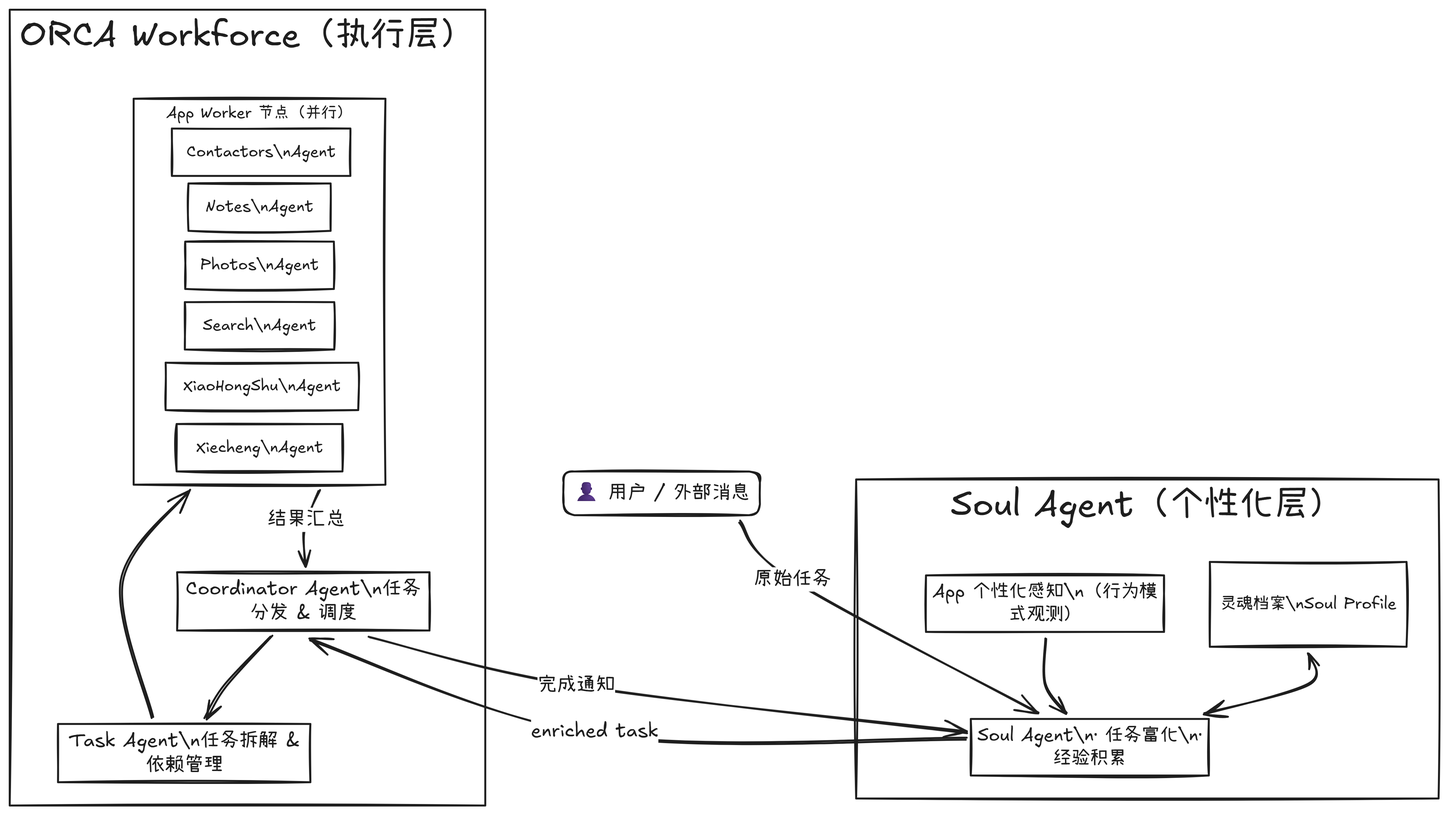
This is images/architecture.png from Await-987/mulitagent, a Excalidraw export, as it was before one commit. Source tidied: one line per element, renumbered; positions are measured from the earlier drawing's top-left corner, leaving out a move shared by most shapes.
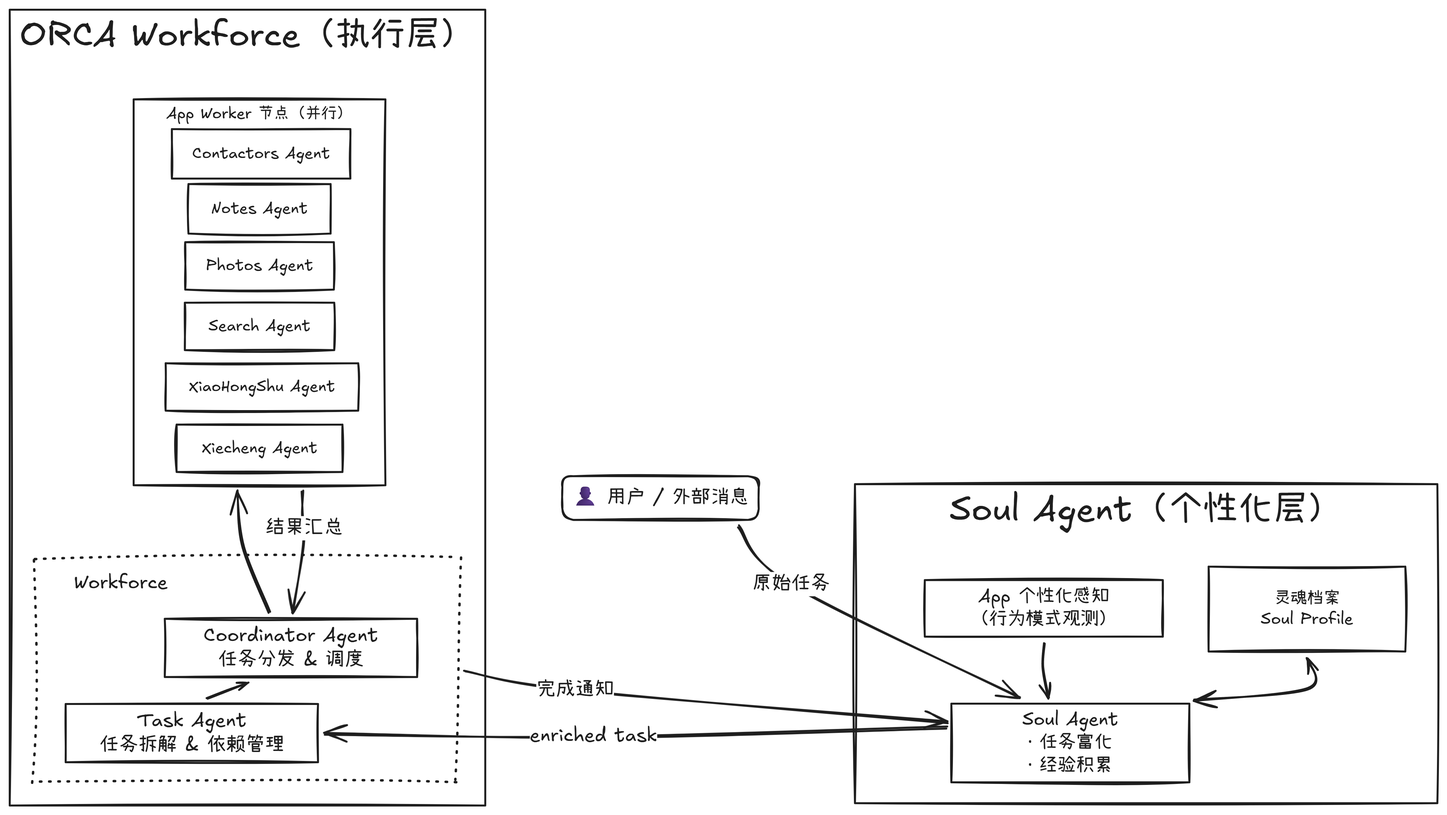
Later version of the same file.

Change to the diagram source:
```diff
@@ -1,42 +1,44 @@
-{"id": 0, "type": "rectangle", "strokeColor": "#1e1e1e", "strokeWidth": 2, "roughness": 1, "x": 0, "y": 0, "width": 490, "height": 820}
+{"id": 0, "type": "rectangle", "strokeColor": "#1e1e1e", "strokeWidth": 2, "roughness": 1, "x": 1, "y": -5, "width": 490, "height": 820}
-{"id": 1, "type": "text", "text": "ORCA Workforce（执行层）", "strokeColor": "#1e1e1e", "strokeWidth": 2, "roughness": 1, "fontSize": 36, "fontFamily": 5, "textAlign": "center", "inside": 0, "x": 10, "y": 5, "width": 469, "height": 45}
+{"id": 1, "type": "text", "text": "ORCA Workforce（执行层）", "strokeColor": "#1e1e1e", "strokeWidth": 2, "roughness": 1, "fontSize": 36, "fontFamily": 5, "textAlign": "center", "inside": 0, "x": 12, "y": 0, "width": 469, "height": 45}
-{"id": 2, "type": "rectangle", "strokeColor": "#1e1e1e", "strokeWidth": 2, "roughness": 1, "x": 172, "y": 579, "width": 260, "height": 60}
+{"id": 2, "type": "rectangle", "strokeColor": "#1e1e1e", "strokeWidth": 2, "roughness": 1, "x": 161, "y": 622, "width": 260, "height": 60}
-{"id": 3, "type": "text", "text": "Coordinator Agent\\n任务\n分发 & 调度", "strokeColor": "#1e1e1e", "strokeWidth": 2, "roughness": 1, "fontSize": 20, "fontFamily": 5, "textAlign": "center", "verticalAlign": "middle", "inside": 2, "x": 181, "y": 584, "width": 242, "height": 50}
+{"id": 3, "type": "text", "text": "Coordinator Agent\n任务分发 & 调度", "strokeColor": "#1e1e1e", "strokeWidth": 2, "roughness": 1, "fontSize": 20, "fontFamily": 5, "textAlign": "center", "verticalAlign": "middle", "inside": 2, "x": 201, "y": 627, "width": 180, "height": 50}
-{"id": 4, "type": "rectangle", "strokeColor": "#1e1e1e", "strokeWidth": 2, "roughness": 1, "x": 50, "y": 736, "width": 260, "height": 60}
+{"id": 4, "type": "rectangle", "strokeColor": "#1e1e1e", "strokeWidth": 2, "roughness": 1, "x": 59, "y": 710, "width": 260, "height": 60}
-{"id": 5, "type": "text", "text": "Task Agent\\n任务拆解 &\n依赖管理", "strokeColor": "#1e1e1e", "strokeWidth": 2, "roughness": 1, "fontSize": 20, "fontFamily": 5, "textAlign": "center", "verticalAlign": "middle", "inside": 4, "x": 61, "y": 741, "width": 238, "height": 50}
+{"id": 5, "type": "text", "text": "Task Agent\n任务拆解 & 依赖管理", "strokeColor": "#1e1e1e", "strokeWidth": 2, "roughness": 1, "fontSize": 20, "fontFamily": 5, "textAlign": "center", "verticalAlign": "middle", "inside": 4, "x": 94, "y": 715, "width": 190, "height": 50}
-{"id": 6, "type": "arrow", "strokeColor": "#1e1e1e", "strokeWidth": 2, "roughness": 1, "endArrowhead": "arrow", "round": true, "from": 2, "to": 4, "x": 269, "y": 645, "width": 67, "height": 84, "points": [[0, 0], [-47, 50], [-67, 84]]}
-{"id": 7, "type": "arrow", "strokeColor": "#1e1e1e", "strokeWidth": 2, "roughness": 1, "endArrowhead": "arrow", "round": true, "from": 4, "to": 10, "x": 147, "y": 730, "width": 70, "height": 234, "points": [[0, 0], [-32, -142], [38, -234]]}
+{"id": 7, "type": "arrow", "strokeColor": "#1e1e1e", "strokeWidth": 2, "roughness": 1, "endArrowhead": "arrow", "round": true, "from": 2, "to": 10, "x": 269, "y": 616, "width": 34, "height": 125, "points": [[0, 0], [-28, -70], [-34, -125]]}
-{"id": 8, "type": "arrow", "strokeColor": "#1e1e1e", "strokeWidth": 2, "roughness": 1, "endArrowhead": "arrow", "round": true, "from": 10, "to": 2, "x": 318, "y": 495, "width": 16, "height": 78, "points": [[0, 0], [-8, 18], [-16, 43], [-16, 78]]}
+{"id": 8, "type": "arrow", "strokeColor": "#1e1e1e", "strokeWidth": 2, "roughness": 1, "endArrowhead": "arrow", "round": true, "from": 10, "to": 2, "x": 303, "y": 491, "width": 13, "height": 125, "points": [[0, 0], [0, 22], [1, 55], [-12, 125]]}
-{"id": 9, "type": "text", "text": "结果汇总", "strokeColor": "#1e1e1e", "strokeWidth": 2, "roughness": 1, "fontSize": 20, "fontFamily": 5, "textAlign": "center", "verticalAlign": "middle", "inside": 8, "x": 265, "y": 513, "width": 80, "height": 25}
+{"id": 9, "type": "text", "text": "结果汇总", "strokeColor": "#1e1e1e", "strokeWidth": 2, "roughness": 1, "fontSize": 20, "fontFamily": 5, "textAlign": "center", "verticalAlign": "middle", "inside": 8, "x": 267, "y": 509, "width": 80, "height": 25}
-{"id": 10, "type": "rectangle", "strokeColor": "#1e1e1e", "strokeWidth": 2, "roughness": 1, "x": 128, "y": 92, "width": 259, "height": 397}
+{"id": 10, "type": "rectangle", "strokeColor": "#1e1e1e", "strokeWidth": 2, "roughness": 1, "x": 129, "y": 87, "width": 259, "height": 397}
-{"id": 11, "type": "text", "text": "App Worker 节点（并行）", "strokeColor": "#1e1e1e", "strokeWidth": 2, "roughness": 1, "fontSize": 16.26, "fontFamily": 5, "textAlign": "center", "inside": 10, "x": 161, "y": 97, "width": 192, "height": 20}
+{"id": 11, "type": "text", "text": "App Worker 节点（并行）", "strokeColor": "#1e1e1e", "strokeWidth": 2, "roughness": 1, "fontSize": 16.26, "fontFamily": 5, "textAlign": "center", "inside": 10, "x": 163, "y": 92, "width": 192, "height": 20}
-{"id": 12, "type": "rectangle", "strokeColor": "#1e1e1e", "strokeWidth": 2, "roughness": 1, "x": 167, "y": 122, "width": 184, "height": 49}
+{"id": 12, "type": "rectangle", "strokeColor": "#1e1e1e", "strokeWidth": 2, "roughness": 1, "x": 168, "y": 118, "width": 184, "height": 51}
-{"id": 13, "type": "text", "text": "Contactors\\nAgent", "strokeColor": "#1e1e1e", "strokeWidth": 2, "roughness": 1, "fontSize": 16.26, "fontFamily": 5, "textAlign": "center", "verticalAlign": "middle", "inside": 12, "x": 182, "y": 137, "width": 154, "height": 20}
+{"id": 13, "type": "text", "text": "Contactors Agent", "strokeColor": "#1e1e1e", "strokeWidth": 2, "roughness": 1, "fontSize": 16.26, "fontFamily": 5, "textAlign": "center", "verticalAlign": "middle", "inside": 12, "x": 189, "y": 133, "width": 142, "height": 20}
-{"id": 14, "type": "rectangle", "strokeColor": "#1e1e1e", "strokeWidth": 2, "roughness": 1, "x": 184, "y": 179, "width": 146, "height": 49}
+{"id": 14, "type": "rectangle", "strokeColor": "#1e1e1e", "strokeWidth": 2, "roughness": 1, "x": 185, "y": 175, "width": 146, "height": 51}
-{"id": 15, "type": "text", "text": "Notes\\nAgent", "strokeColor": "#1e1e1e", "strokeWidth": 2, "roughness": 1, "fontSize": 16.26, "fontFamily": 5, "textAlign": "center", "verticalAlign": "middle", "inside": 14, "x": 202, "y": 193, "width": 111, "height": 20}
+{"id": 15, "type": "text", "text": "Notes Agent", "strokeColor": "#1e1e1e", "strokeWidth": 2, "roughness": 1, "fontSize": 16.26, "fontFamily": 5, "textAlign": "center", "verticalAlign": "middle", "inside": 14, "x": 209, "y": 190, "width": 99, "height": 20}
-{"id": 16, "type": "rectangle", "strokeColor": "#1e1e1e", "strokeWidth": 2, "roughness": 1, "x": 181, "y": 239, "width": 153, "height": 49}
+{"id": 16, "type": "rectangle", "strokeColor": "#1e1e1e", "strokeWidth": 2, "roughness": 1, "x": 182, "y": 235, "width": 153, "height": 49}
-{"id": 17, "type": "text", "text": "Photos\\nAgent", "strokeColor": "#1e1e1e", "strokeWidth": 2, "roughness": 1, "fontSize": 16.26, "fontFamily": 5, "textAlign": "center", "verticalAlign": "middle", "inside": 16, "x": 196, "y": 253, "width": 122, "height": 20}
+{"id": 17, "type": "text", "text": "Photos Agent", "strokeColor": "#1e1e1e", "strokeWidth": 2, "roughness": 1, "fontSize": 16.26, "fontFamily": 5, "textAlign": "center", "verticalAlign": "middle", "inside": 16, "x": 203, "y": 249, "width": 111, "height": 20}
-{"id": 18, "type": "rectangle", "strokeColor": "#1e1e1e", "strokeWidth": 2, "roughness": 1, "x": 180, "y": 301, "width": 154, "height": 49}
+{"id": 18, "type": "rectangle", "strokeColor": "#1e1e1e", "strokeWidth": 2, "roughness": 1, "x": 182, "y": 297, "width": 154, "height": 49}
-{"id": 19, "type": "text", "text": "Search\\nAgent", "strokeColor": "#1e1e1e", "strokeWidth": 2, "roughness": 1, "fontSize": 16.26, "fontFamily": 5, "textAlign": "center", "verticalAlign": "middle", "inside": 18, "x": 199, "y": 315, "width": 117, "height": 20}
+{"id": 19, "type": "text", "text": "Search Agent", "strokeColor": "#1e1e1e", "strokeWidth": 2, "roughness": 1, "fontSize": 16.26, "fontFamily": 5, "textAlign": "center", "verticalAlign": "middle", "inside": 18, "x": 206, "y": 311, "width": 105, "height": 20}
-{"id": 20, "type": "rectangle", "strokeColor": "#1e1e1e", "strokeWidth": 2, "roughness": 1, "x": 161, "y": 364, "width": 198, "height": 49}
+{"id": 20, "type": "rectangle", "strokeColor": "#1e1e1e", "strokeWidth": 2, "roughness": 1, "x": 162, "y": 359, "width": 198, "height": 49}
-{"id": 21, "type": "text", "text": "XiaoHongShu\\nAgent", "strokeColor": "#1e1e1e", "strokeWidth": 2, "roughness": 1, "fontSize": 16.26, "fontFamily": 5, "textAlign": "center", "verticalAlign": "middle", "inside": 20, "x": 179, "y": 378, "width": 163, "height": 20}
+{"id": 21, "type": "text", "text": "XiaoHongShu Agent", "strokeColor": "#1e1e1e", "strokeWidth": 2, "roughness": 1, "fontSize": 16.26, "fontFamily": 5, "textAlign": "center", "verticalAlign": "middle", "inside": 20, "x": 186, "y": 373, "width": 151, "height": 20}
-{"id": 22, "type": "rectangle", "strokeColor": "#1e1e1e", "strokeWidth": 2, "roughness": 1, "x": 172, "y": 427, "width": 171, "height": 49}
+{"id": 22, "type": "rectangle", "strokeColor": "#1e1e1e", "strokeWidth": 2, "roughness": 1, "x": 173, "y": 422, "width": 171, "height": 49}
-{"id": 23, "type": "text", "text": "Xiecheng\\nAgent", "strokeColor": "#1e1e1e", "strokeWidth": 2, "roughness": 1, "fontSize": 16.26, "fontFamily": 5, "textAlign": "center", "verticalAlign": "middle", "inside": 22, "x": 192, "y": 441, "width": 131, "height": 20}
+{"id": 23, "type": "text", "text": "Xiecheng Agent", "strokeColor": "#1e1e1e", "strokeWidth": 2, "roughness": 1, "fontSize": 16.26, "fontFamily": 5, "textAlign": "center", "verticalAlign": "middle", "inside": 22, "x": 199, "y": 437, "width": 119, "height": 20}
 {"id": 24, "type": "rectangle", "strokeColor": "#1e1e1e", "strokeWidth": 2, "roughness": 1, "x": 872, "y": 484, "width": 600, "height": 329}
 {"id": 25, "type": "text", "text": "Soul Agent（个性化层）", "strokeColor": "#1e1e1e", "strokeWidth": 2, "roughness": 1, "fontSize": 36, "fontFamily": 5, "textAlign": "center", "inside": 24, "x": 970, "y": 489, "width": 405, "height": 45}
 {"id": 26, "type": "rectangle", "strokeColor": "#1e1e1e", "strokeWidth": 2, "roughness": 1, "x": 1236, "y": 569, "width": 203, "height": 87}
-{"id": 27, "type": "text", "text": "灵魂档案\\nSoul Profile", "strokeColor": "#1e1e1e", "strokeWidth": 2, "roughness": 1, "fontSize": 16.98, "fontFamily": 5, "textAlign": "center", "verticalAlign": "middle", "inside": 26, "x": 1247, "y": 602, "width": 182, "height": 21}
+{"id": 27, "type": "text", "text": "灵魂档案\nSoul Profile", "strokeColor": "#1e1e1e", "strokeWidth": 2, "roughness": 1, "fontSize": 16.98, "fontFamily": 5, "textAlign": "center", "verticalAlign": "middle", "inside": 26, "x": 1290, "y": 591, "width": 95, "height": 42}
-{"id": 28, "type": "rectangle", "strokeColor": "#1e1e1e", "strokeWidth": 2, "roughness": 1, "x": 990, "y": 730, "width": 245, "height": 58}
+{"id": 28, "type": "rectangle", "strokeColor": "#1e1e1e", "strokeWidth": 2, "roughness": 1, "x": 971, "y": 710, "width": 245, "height": 81}
-{"id": 29, "type": "text", "text": "Soul Agent\\n· 任务富化\\n·\n经验积累", "strokeColor": "#1e1e1e", "strokeWidth": 2, "roughness": 1, "fontSize": 18.86, "fontFamily": 5, "textAlign": "center", "verticalAlign": "middle", "inside": 28, "x": 997, "y": 736, "width": 231, "height": 47}
+{"id": 29, "type": "text", "text": "Soul Agent\n· 任务富化\n· 经验积累", "strokeColor": "#1e1e1e", "strokeWidth": 2, "roughness": 1, "fontSize": 18.86, "fontFamily": 5, "textAlign": "center", "verticalAlign": "middle", "inside": 28, "x": 1044, "y": 715, "width": 99, "height": 71}
 {"id": 30, "type": "rectangle", "strokeColor": "#1e1e1e", "strokeWidth": 2, "roughness": 1, "x": 944, "y": 583, "width": 245, "height": 58}
-{"id": 31, "type": "text", "text": "App 个性化感知\\n（行为模\n式观测）", "strokeColor": "#1e1e1e", "strokeWidth": 2, "roughness": 1, "fontSize": 18.86, "fontFamily": 5, "textAlign": "center", "verticalAlign": "middle", "inside": 30, "x": 951, "y": 588, "width": 231, "height": 47}
+{"id": 31, "type": "text", "text": "App 个性化感知\n（行为模式观测）", "strokeColor": "#1e1e1e", "strokeWidth": 2, "roughness": 1, "fontSize": 18.86, "fontFamily": 5, "textAlign": "center", "verticalAlign": "middle", "inside": 30, "x": 991, "y": 588, "width": 151, "height": 47}
-{"id": 32, "type": "arrow", "strokeColor": "#1e1e1e", "strokeWidth": 2, "roughness": 1, "startArrowhead": "arrow", "endArrowhead": "arrow", "round": true, "from": 26, "to": 28, "x": 1338, "y": 662, "width": 108, "height": 62, "points": [[0, 0], [0, 32], [-108, 62]]}
+{"id": 32, "type": "arrow", "strokeColor": "#1e1e1e", "strokeWidth": 2, "roughness": 1, "startArrowhead": "arrow", "endArrowhead": "arrow", "round": true, "from": 26, "to": 28, "x": 1338, "y": 662, "width": 117, "height": 44, "points": [[0, 0], [0, 32], [-117, 44]]}
-{"id": 33, "type": "arrow", "strokeColor": "#1e1e1e", "strokeWidth": 2, "roughness": 1, "endArrowhead": "arrow", "round": true, "from": 30, "to": 28, "x": 1067, "y": 647, "width": 22, "height": 78, "points": [[0, 0], [0, 47], [22, 78]]}
+{"id": 33, "type": "arrow", "strokeColor": "#1e1e1e", "strokeWidth": 2, "roughness": 1, "endArrowhead": "arrow", "round": true, "from": 30, "to": 28, "x": 1066, "y": 647, "width": 6, "height": 57, "points": [[0, 0], [-1, 25], [5, 57]]}
 {"id": 34, "type": "rectangle", "strokeColor": "#1e1e1e", "strokeWidth": 2, "roughness": 1, "round": true, "x": 571, "y": 476, "width": 202, "height": 45}
 {"id": 35, "type": "text", "text": "👤 用户 / 外部消息", "strokeColor": "#1e1e1e", "strokeWidth": 2, "roughness": 1, "fontSize": 20, "fontFamily": 5, "textAlign": "center", "verticalAlign": "middle", "inside": 34, "x": 580, "y": 486, "width": 183, "height": 25}
-{"id": 36, "type": "arrow", "strokeColor": "#1e1e1e", "strokeWidth": 2, "roughness": 1, "endArrowhead": "arrow", "round": true, "from": 34, "to": 28, "x": 751, "y": 527, "width": 307, "height": 198, "points": [[0, 0], [55, 60], [307, 198]]}
+{"id": 36, "type": "arrow", "strokeColor": "#1e1e1e", "strokeWidth": 2, "roughness": 1, "endArrowhead": "arrow", "round": true, "from": 34, "to": 28, "x": 751, "y": 527, "width": 290, "height": 177, "points": [[0, 0], [55, 60], [290, 177]]}
 {"id": 37, "type": "text", "text": "原始任务", "strokeColor": "#1e1e1e", "strokeWidth": 2, "roughness": 1, "fontSize": 20, "fontFamily": 5, "textAlign": "center", "verticalAlign": "middle", "inside": 36, "x": 960, "y": 675, "width": 80, "height": 25}
-{"id": 38, "type": "arrow", "strokeColor": "#1e1e1e", "strokeWidth": 2, "roughness": 1, "endArrowhead": "arrow", "round": true, "from": 28, "to": 2, "x": 984, "y": 747, "width": 676, "height": 102, "points": [[0, 0], [-381, -4], [-676, -102]]}
+{"id": 38, "type": "arrow", "strokeColor": "#1e1e1e", "strokeWidth": 2, "roughness": 1, "endArrowhead": "arrow", "round": true, "from": 28, "to": 4, "x": 965, "y": 733, "width": 640, "height": 10, "points": [[0, 0], [-363, 10], [-640, 7]]}
 {"id": 39, "type": "text", "text": "enriched task", "strokeColor": "#1e1e1e", "strokeWidth": 2, "roughness": 1, "fontSize": 20, "fontFamily": 5, "textAlign": "center", "verticalAlign": "middle", "inside": 38, "x": 537, "y": 731, "width": 131, "height": 25}
-{"id": 40, "type": "arrow", "strokeColor": "#1e1e1e", "strokeWidth": 2, "roughness": 1, "endArrowhead": "arrow", "round": true, "from": 2, "to": 28, "x": 370, "y": 645, "width": 614, "height": 99, "points": [[0, 0], [214, 50], [614, 99]]}
+{"id": 40, "type": "arrow", "strokeColor": "#1e1e1e", "strokeWidth": 2, "roughness": 1, "endArrowhead": "arrow", "round": true, "from": 42, "to": 28, "x": 469, "y": 676, "width": 496, "height": 53, "points": [[0, 0], [114, 20], [496, 53]]}
 {"id": 41, "type": "text", "text": "完成通知", "strokeColor": "#1e1e1e", "strokeWidth": 2, "roughness": 1, "fontSize": 20, "fontFamily": 5, "textAlign": "center", "verticalAlign": "middle", "inside": 40, "x": 544, "y": 683, "width": 80, "height": 25}
+{"id": 42, "type": "rectangle", "strokeColor": "#1e1e1e", "strokeWidth": 2, "strokeStyle": "dotted", "roughness": 2, "x": 28, "y": 559, "width": 436, "height": 231}
+{"id": 6, "type": "arrow", "strokeColor": "#1e1e1e", "strokeWidth": 2, "roughness": 1, "startArrowhead": "arrow", "round": true, "from": 2, "to": 4, "x": 246, "y": 688, "width": 42, "height": 16, "points": [[0, 0], [-21, 8], [-42, 16]]}
+{"id": 43, "type": "text", "text": "Workforce", "strokeColor": "#1e1e1e", "strokeWidth": 2, "strokeStyle": "dotted", "roughness": 2, "fontSize": 20, "fontFamily": 5, "textAlign": "center", "x": 67, "y": 573, "width": 97, "height": 25}
```
